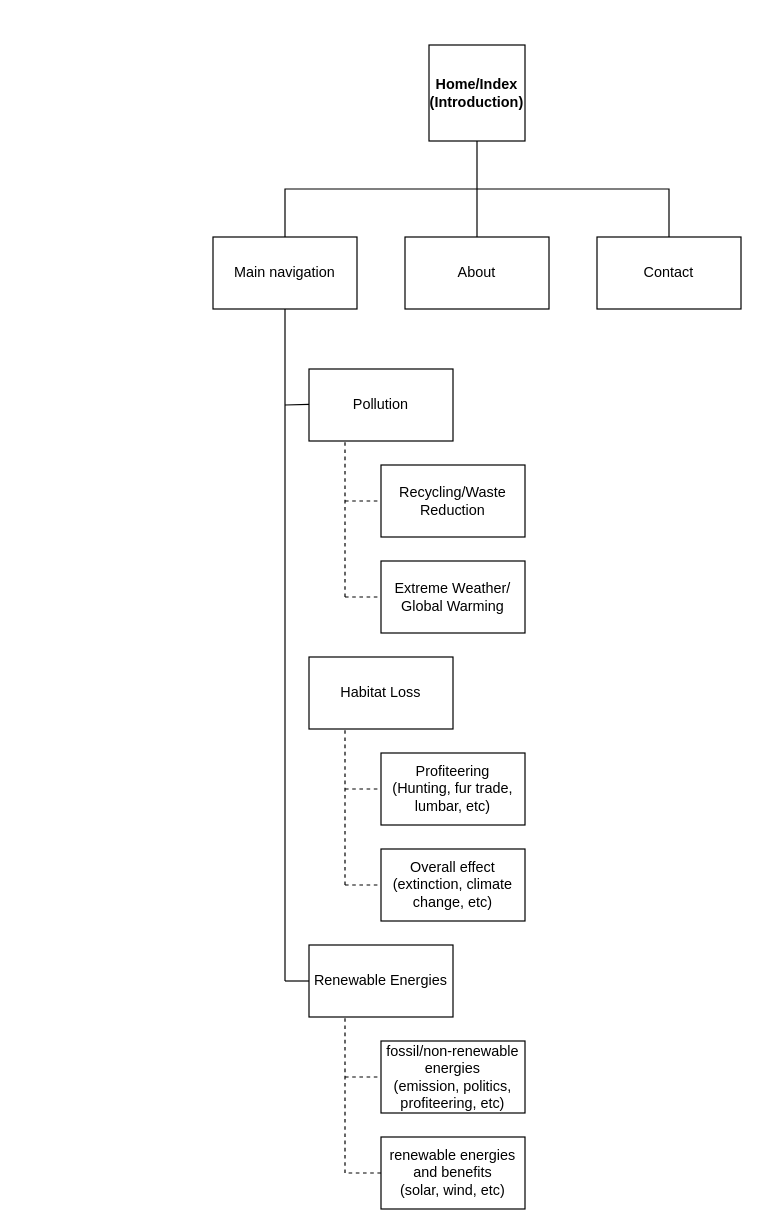
Above: Untitled Diagram.drawio in ladder-man/Authoring-A-Wepsite (draw.io), before the change. Source tidied: cells renumbered, new cells numbered last; positions are measured from the earlier drawing's top-left corner, leaving out a move shared by most shapes. Both pictures are drawn from the tidied source at 120%, with x=0, y=0 at pixel (212, 44).
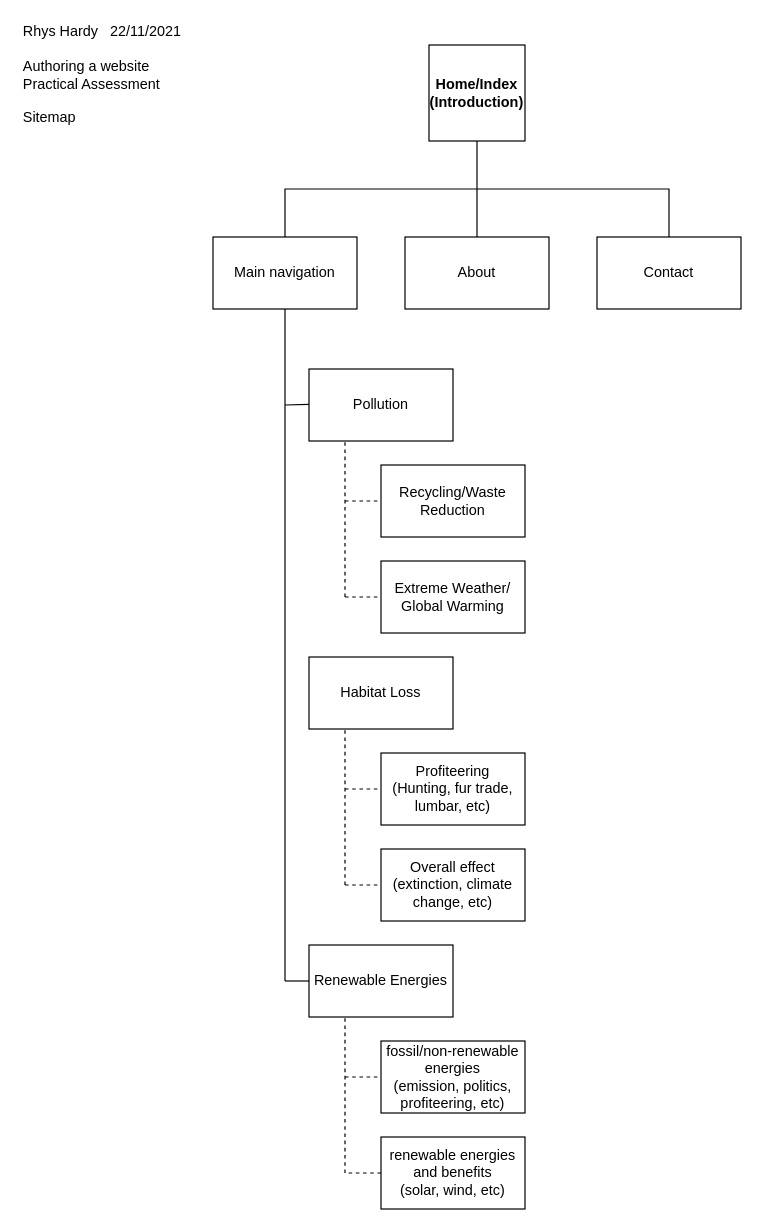
After the change.

Diff of the diagram source:
```diff
@@
+    <mxCell id="29" value="Rhys Hardy&lt;span style=&quot;white-space: pre&quot;&gt; &lt;/span&gt;&lt;span style=&quot;white-space: pre&quot;&gt; &lt;span style=&quot;white-space: pre&quot;&gt; &lt;/span&gt;&lt;/span&gt;22/11/2021&lt;br&gt;&lt;br&gt;Authoring a website&lt;br&gt;Practical Assessment&lt;br&gt;&lt;br&gt;Sitemap&lt;br&gt;" style="text;html=1;strokeColor=none;fillColor=none;align=left;verticalAlign=middle;whiteSpace=wrap;rounded=0;" parent="1" vertex="1">
+      <mxGeometry x="-160" y="-20" width="200" height="90" as="geometry" />
+    </mxCell>
```
